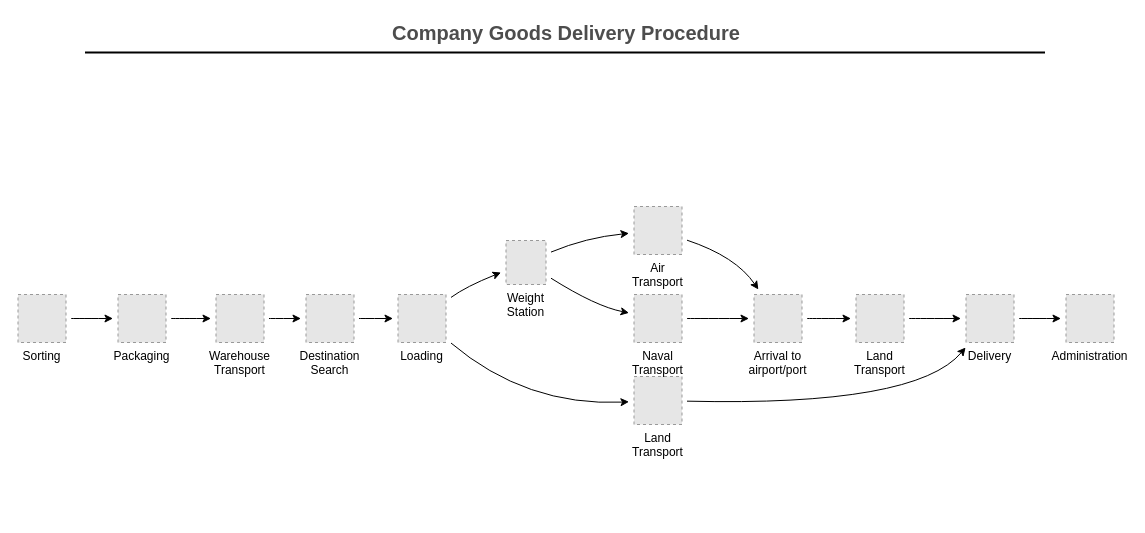
Above: Untitled Diagram.drawio in sammaple/AdaBoost (draw.io), before the change. Source tidied: cells renumbered, new cells numbered last; positions are measured from the earlier drawing's top-left corner, leaving out a move shared by most shapes. Both pictures are drawn from the tidied source at 100%, with x=0, y=0 at pixel (17, 17). Pictures stored in the file or linked from it are replaced by grey dashed boxes.
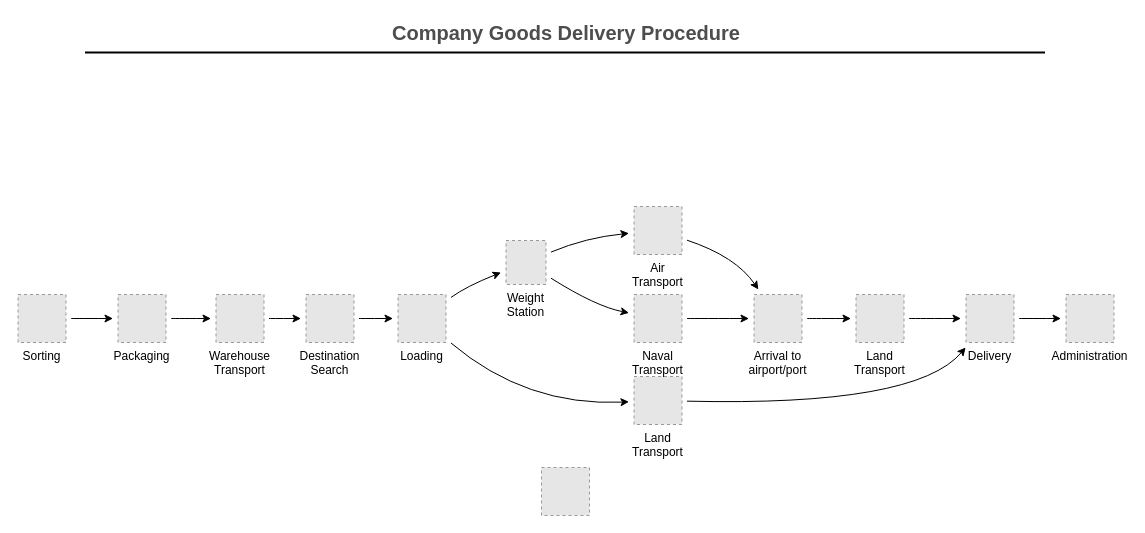
After the change.

Change to the diagram source:
```diff
@@
+    <mxCell id="31" style="fillColor=#E6E6E6;strokeColor=#999999;dashed=1;verticalLabelPosition=bottom;verticalAlign=top;" parent="1" vertex="1">
+      <mxGeometry x="524" y="450" width="48" height="48" as="geometry" />
+    </mxCell>
```
